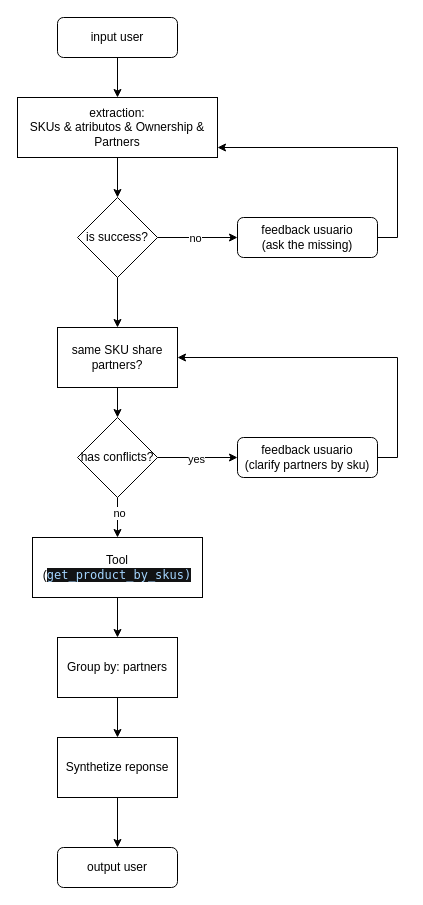
Before: flow_diagrams/product_resolver.drawio in cesarcherre848/spark_agent, a draw.io diagram. Source tidied: cells renumbered, new cells numbered last; positions are measured from the earlier drawing's top-left corner, leaving out a move shared by most shapes. Both pictures are drawn from the tidied source at 100%, with x=0, y=0 at pixel (17, 17).
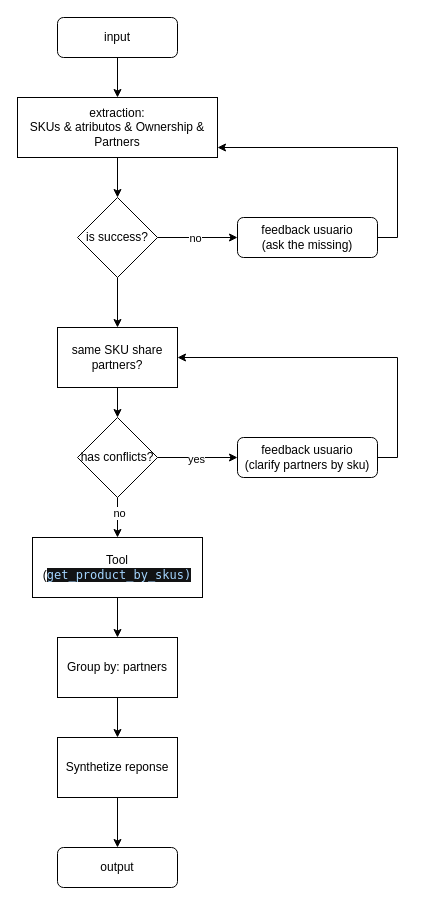
Above is the later version.

Change to the diagram source:
```diff
@@
-    <mxCell id="3" value="input user" style="rounded=1;whiteSpace=wrap;html=1;" parent="1" vertex="1">
+    <mxCell id="3" value="input" style="rounded=1;whiteSpace=wrap;html=1;" parent="1" vertex="1">
       <mxGeometry x="40" width="120" height="40" as="geometry" />
     </mxCell>
@@
-    <mxCell id="12" value="output user" style="rounded=1;whiteSpace=wrap;html=1;" parent="1" vertex="1">
+    <mxCell id="12" value="output" style="rounded=1;whiteSpace=wrap;html=1;" parent="1" vertex="1">
       <mxGeometry x="40" y="830" width="120" height="40" as="geometry" />
     </mxCell>
```
